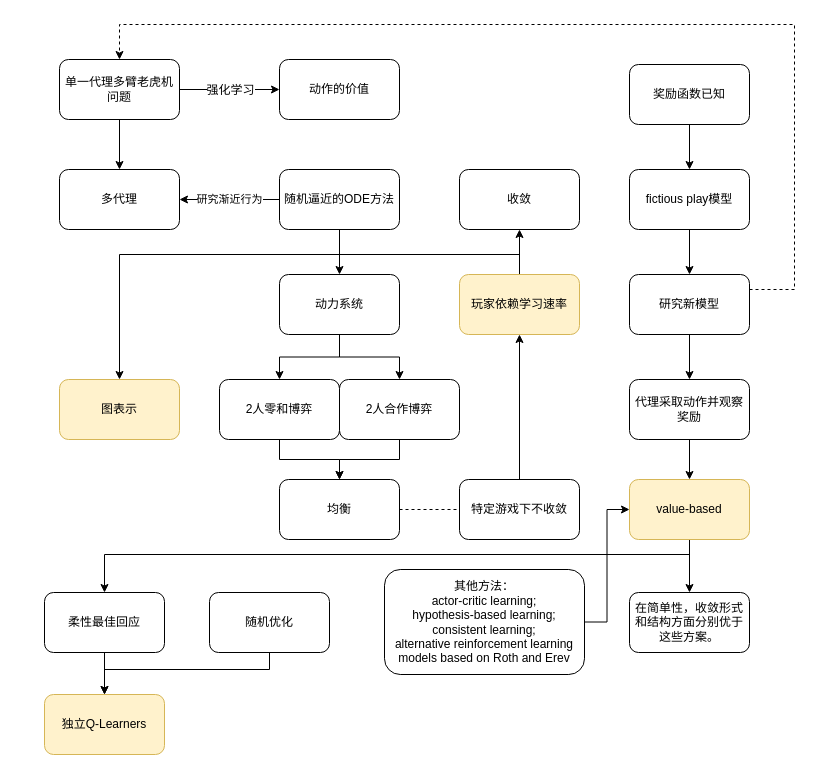
Before: page "INDIVIDUAL Q-LEARNING IN NORMAL FORM GAMES" (2 of 7) of 强化学习.drawio in zjtone/RL-Note, a draw.io diagram. Source tidied: cells renumbered, new cells numbered last; positions are measured from the earlier drawing's top-left corner, leaving out a move shared by most shapes. Both pictures are drawn from the tidied source at 100%, with x=0, y=0 at pixel (44, 24).
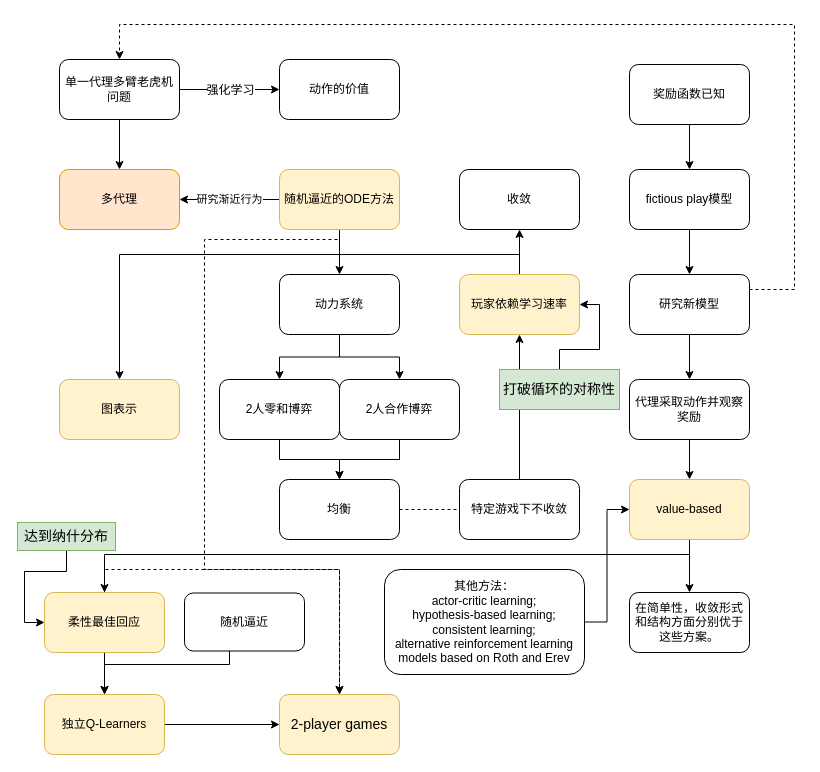
The same diagram, later.

Unchanged cells that the change refers to:
```xml
<mxCell id="24" value="玩家依赖学习速率" style="rounded=1;whiteSpace=wrap;html=1;fillColor=#fff2cc;strokeColor=#d6b656;" parent="1" vertex="1">
  <mxGeometry x="415" y="250" width="120" height="60" as="geometry" />
</mxCell>
<mxCell id="43" value="独立Q-Learners" style="rounded=1;whiteSpace=wrap;html=1;fillColor=#fff2cc;strokeColor=#d6b656;" parent="1" vertex="1">
  <mxGeometry y="670" width="120" height="60" as="geometry" />
</mxCell>
```

Change to the diagram source:
```diff
@@
-    <mxCell id="7" value="多代理" style="rounded=1;whiteSpace=wrap;html=1;" parent="1" vertex="1">
+    <mxCell id="7" value="多代理" style="rounded=1;whiteSpace=wrap;html=1;fillColor=#ffe6cc;strokeColor=#d79b00;" parent="1" vertex="1">
       <mxGeometry x="15" y="145" width="120" height="60" as="geometry" />
     </mxCell>
@@
+    <mxCell id="47" style="edgeStyle=orthogonalEdgeStyle;rounded=0;jettySize=auto;html=1;fontSize=14;dashed=1;" parent="1" edge="1" source="10" target="50">
+      <mxGeometry relative="1" as="geometry">
+        <Array as="points">
+          <mxPoint x="295" y="215" />
+          <mxPoint x="160" y="215" />
+          <mxPoint x="160" y="545" />
+          <mxPoint x="295" y="545" />
+        </Array>
+      </mxGeometry>
+    </mxCell>
-    <mxCell id="10" value="随机逼近的ODE方法" style="rounded=1;whiteSpace=wrap;html=1;" parent="1" vertex="1">
+    <mxCell id="10" value="随机逼近的ODE方法" style="rounded=1;whiteSpace=wrap;html=1;fillColor=#fff2cc;strokeColor=#d6b656;" parent="1" vertex="1">
       <mxGeometry x="235" y="145" width="120" height="60" as="geometry" />
     </mxCell>
@@
+    <mxCell id="48" style="edgeStyle=orthogonalEdgeStyle;rounded=0;jettySize=auto;html=1;dashed=1;fontSize=14;" parent="1" edge="1" source="42" target="50">
+      <mxGeometry relative="1" as="geometry">
+        <Array as="points">
+          <mxPoint x="60" y="545" />
+          <mxPoint x="295" y="545" />
+        </Array>
+      </mxGeometry>
+    </mxCell>
-    <mxCell id="42" value="柔性最佳回应" style="rounded=1;whiteSpace=wrap;html=1;" parent="1" vertex="1">
+    <mxCell id="42" value="柔性最佳回应" style="rounded=1;whiteSpace=wrap;html=1;fillColor=#fff2cc;strokeColor=#d6b656;" parent="1" vertex="1">
       <mxGeometry y="568" width="120" height="60" as="geometry" />
     </mxCell>
+    <mxCell id="49" style="edgeStyle=orthogonalEdgeStyle;rounded=0;jettySize=auto;html=1;fontSize=14;" parent="1" edge="1" source="43" target="50">
+      <mxGeometry relative="1" as="geometry" />
+    </mxCell>
@@
-    <mxCell id="44" style="edgeStyle=orthogonalEdgeStyle;rounded=0;jettySize=auto;html=1;entryX=0.5;entryY=0;entryDx=0;entryDy=0;" parent="1" edge="1" source="45" target="43">
+    <mxCell id="44" style="edgeStyle=orthogonalEdgeStyle;rounded=0;jettySize=auto;html=1;entryX=0.5;entryY=0;entryDx=0;entryDy=0;fontSize=14;" parent="1" edge="1" source="45" target="43">
       <mxGeometry relative="1" as="geometry">
         <Array as="points">
-          <mxPoint x="225" y="645" />
-          <mxPoint x="60" y="645" />
+          <mxPoint x="185" y="640" />
+          <mxPoint x="60" y="640" />
         </Array>
       </mxGeometry>
     </mxCell>
-    <mxCell id="45" value="随机优化" style="rounded=1;whiteSpace=wrap;html=1;" parent="1" vertex="1">
-      <mxGeometry x="165" y="568" width="120" height="60" as="geometry" />
+    <mxCell id="45" value="随机逼近" style="rounded=1;whiteSpace=wrap;html=1;" parent="1" vertex="1">
+      <mxGeometry x="140" y="568.5" width="120" height="58" as="geometry" />
     </mxCell>
@@
+    <mxCell id="50" value="2-player games" style="rounded=1;whiteSpace=wrap;html=1;fontSize=14;fillColor=#fff2cc;strokeColor=#d6b656;" parent="1" vertex="1">
+      <mxGeometry x="235" y="670" width="120" height="60" as="geometry" />
+    </mxCell>
+    <mxCell id="51" style="edgeStyle=orthogonalEdgeStyle;rounded=0;jettySize=auto;html=1;entryX=1;entryY=0.5;entryDx=0;entryDy=0;fontSize=14;" parent="1" edge="1" source="52" target="24">
+      <mxGeometry relative="1" as="geometry" />
+    </mxCell>
+    <mxCell id="52" value="打破循环的对称性" style="text;html=1;strokeColor=#82b366;fillColor=#d5e8d4;align=center;verticalAlign=middle;whiteSpace=wrap;rounded=0;fontSize=14;" parent="1" vertex="1">
+      <mxGeometry x="455" y="345" width="120" height="40" as="geometry" />
+    </mxCell>
+    <mxCell id="53" style="edgeStyle=orthogonalEdgeStyle;rounded=0;jettySize=auto;html=1;entryX=0;entryY=0.5;entryDx=0;entryDy=0;fontSize=14;" parent="1" edge="1" source="54" target="42">
+      <mxGeometry relative="1" as="geometry" />
+    </mxCell>
+    <mxCell id="54" value="达到纳什分布" style="text;html=1;strokeColor=#82b366;fillColor=#d5e8d4;align=center;verticalAlign=middle;whiteSpace=wrap;rounded=0;fontSize=14;" parent="1" vertex="1">
+      <mxGeometry x="-27" y="498" width="98" height="28" as="geometry" />
+    </mxCell>
```
